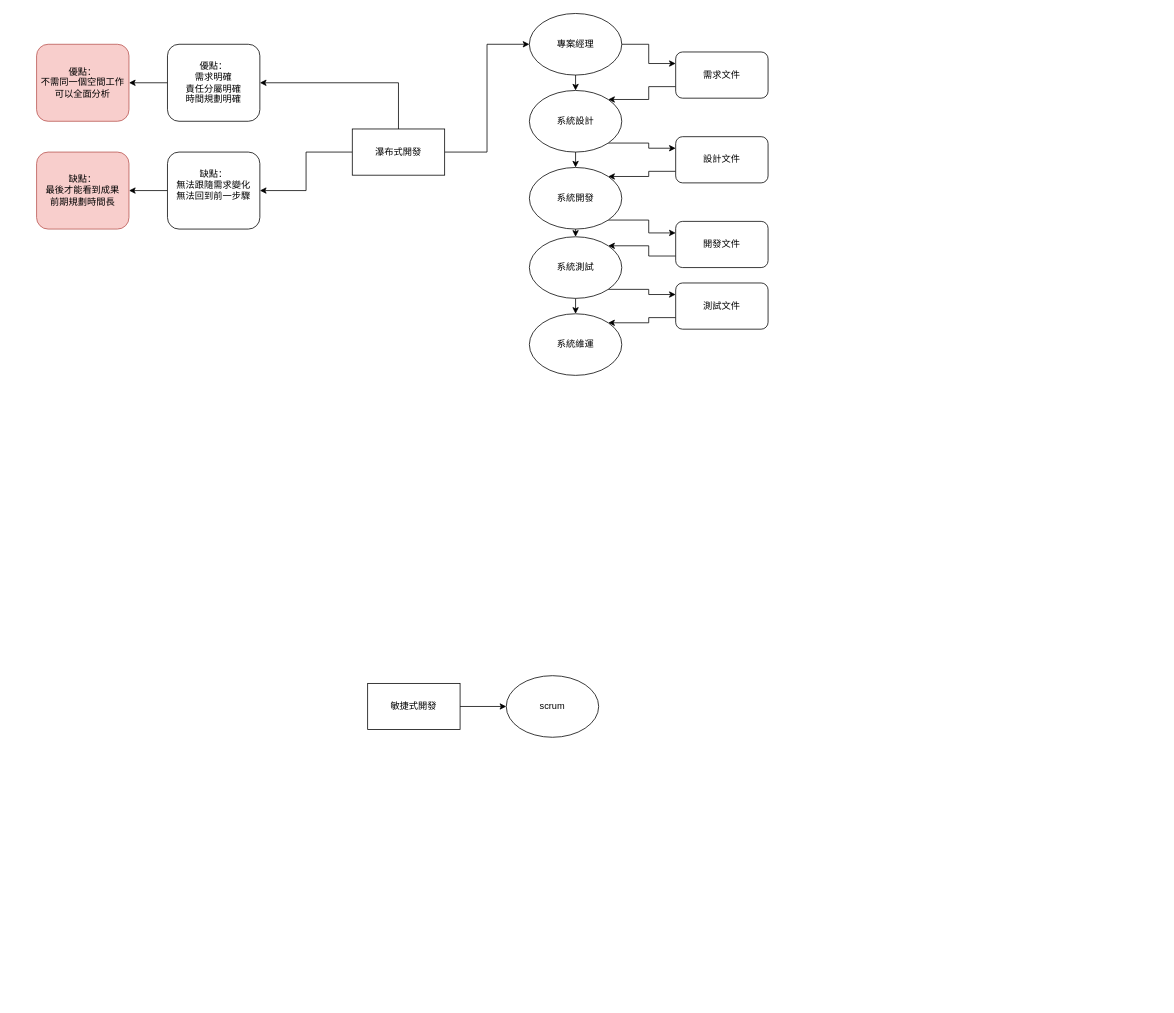
The draw.io diagram scrum.drawio in asd0591804/treeImage, before the edit. Source tidied: cells renumbered, new cells numbered last; positions are measured from the earlier drawing's top-left corner, leaving out a move shared by most shapes. Both pictures are drawn from the tidied source at 77%, with x=0, y=0 at pixel (36, 13).
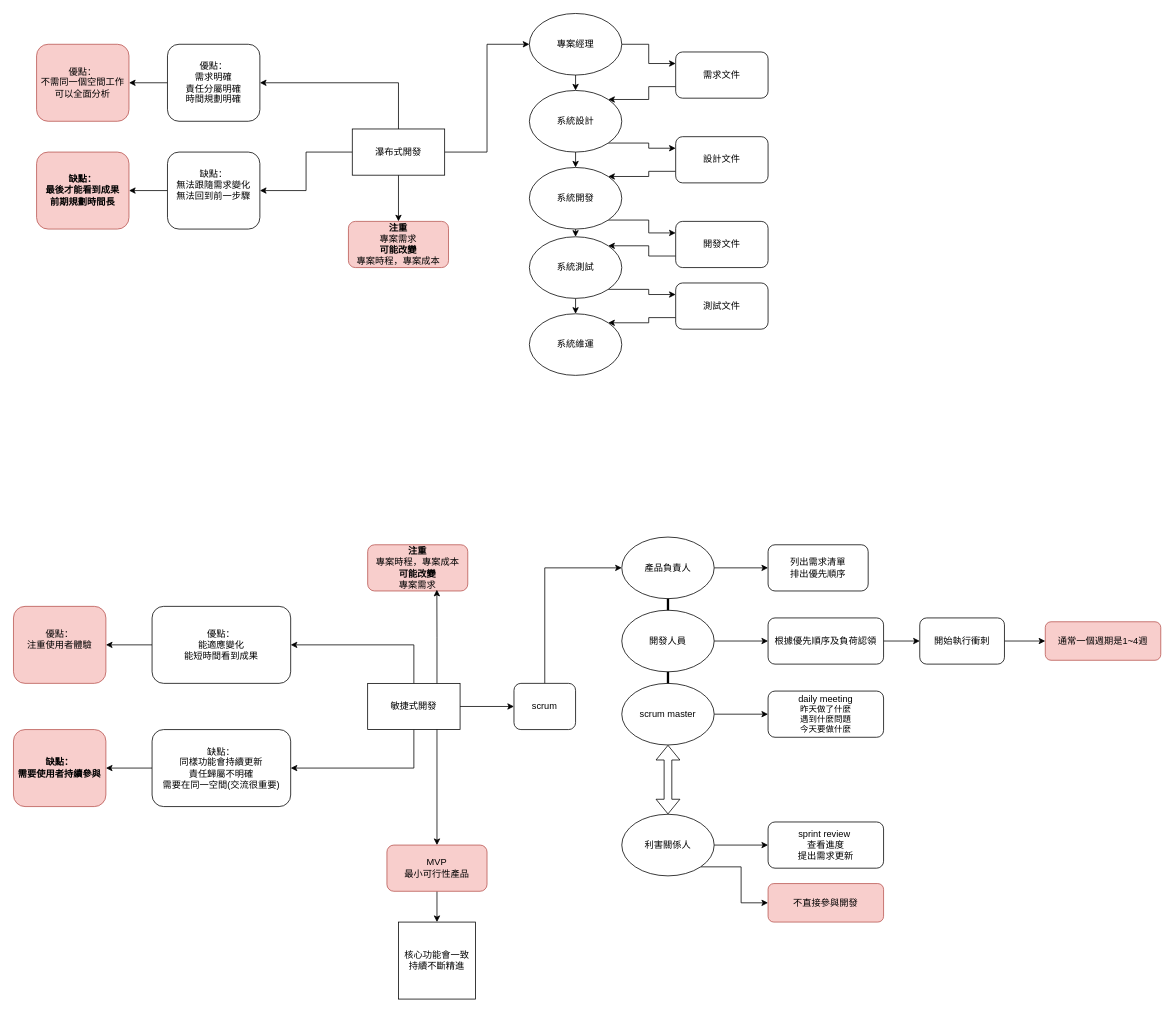
Above is the later version.

Unchanged cells that the change refers to:
```xml
<mxCell id="4" value="敏捷式開發" style="rounded=0;whiteSpace=wrap;html=1;" parent="1" vertex="1">
  <mxGeometry x="430" y="870" width="120" height="60" as="geometry" />
</mxCell>
<mxCell id="8" value="瀑布式開發" style="rounded=0;whiteSpace=wrap;html=1;" parent="1" vertex="1">
  <mxGeometry x="410" y="150" width="120" height="60" as="geometry" />
</mxCell>
```

Change to the diagram source:
```diff
@@
+    <mxCell id="36" style="edgeStyle=orthogonalEdgeStyle;rounded=0;jettySize=auto;html=1;exitX=1;exitY=0.5;exitDx=0;exitDy=0;entryX=0;entryY=0.5;entryDx=0;entryDy=0;" parent="1" edge="1" source="2" target="52">
+      <mxGeometry relative="1" as="geometry" />
+    </mxCell>
-    <mxCell id="2" value="scrum" style="ellipse;whiteSpace=wrap;html=1;" parent="1" vertex="1">
-      <mxGeometry x="610" y="860" width="120" height="80" as="geometry" />
+    <mxCell id="2" value="產品負責人" style="ellipse;whiteSpace=wrap;html=1;" parent="1" vertex="1">
+      <mxGeometry x="760" y="680" width="120" height="80" as="geometry" />
     </mxCell>
-    <mxCell id="3" style="edgeStyle=orthogonalEdgeStyle;rounded=0;jettySize=auto;html=1;exitX=1;exitY=0.5;exitDx=0;exitDy=0;entryX=0;entryY=0.5;entryDx=0;entryDy=0;" parent="1" edge="1" source="4" target="2">
-      <mxGeometry relative="1" as="geometry" />
-    </mxCell>
+    <mxCell id="37" style="edgeStyle=orthogonalEdgeStyle;rounded=0;jettySize=auto;html=1;exitX=1;exitY=0.5;exitDx=0;exitDy=0;entryX=0;entryY=0.5;entryDx=0;entryDy=0;" parent="1" edge="1" source="4" target="42">
+      <mxGeometry relative="1" as="geometry" />
+    </mxCell>
+    <mxCell id="38" style="edgeStyle=orthogonalEdgeStyle;rounded=0;jettySize=auto;html=1;exitX=0.5;exitY=0;exitDx=0;exitDy=0;entryX=1;entryY=0.5;entryDx=0;entryDy=0;" parent="1" edge="1" source="4" target="61">
+      <mxGeometry relative="1" as="geometry" />
+    </mxCell>
+    <mxCell id="39" style="edgeStyle=orthogonalEdgeStyle;rounded=0;jettySize=auto;html=1;exitX=0.5;exitY=1;exitDx=0;exitDy=0;entryX=1;entryY=0.5;entryDx=0;entryDy=0;" parent="1" edge="1" source="4" target="63">
+      <mxGeometry relative="1" as="geometry" />
+    </mxCell>
@@
+    <mxCell id="40" style="edgeStyle=orthogonalEdgeStyle;rounded=0;jettySize=auto;html=1;" parent="1" edge="1" source="8" target="72">
+      <mxGeometry relative="1" as="geometry" />
+    </mxCell>
@@
-    <mxCell id="34" value="缺點：&lt;div&gt;最後才能看到成果&lt;/div&gt;&lt;div&gt;前期規劃時間長&lt;/div&gt;" style="rounded=1;whiteSpace=wrap;html=1;fillColor=#f8cecc;strokeColor=#b85450;" parent="1" vertex="1">
+    <mxCell id="34" value="缺點：&lt;div&gt;最後才能看到成果&lt;/div&gt;&lt;div&gt;前期規劃時間長&lt;/div&gt;" style="rounded=1;whiteSpace=wrap;html=1;fillColor=#f8cecc;strokeColor=#b85450;fontStyle=1;" parent="1" vertex="1">
       <mxGeometry y="180" width="120" height="100" as="geometry" />
     </mxCell>
@@
+    <mxCell id="41" style="edgeStyle=orthogonalEdgeStyle;rounded=0;jettySize=auto;html=1;exitX=0.5;exitY=0;exitDx=0;exitDy=0;entryX=0;entryY=0.5;entryDx=0;entryDy=0;" parent="1" edge="1" source="42" target="2">
+      <mxGeometry relative="1" as="geometry" />
+    </mxCell>
+    <mxCell id="42" value="scrum" style="rounded=1;whiteSpace=wrap;html=1;" parent="1" vertex="1">
+      <mxGeometry x="620" y="870" width="80" height="60" as="geometry" />
+    </mxCell>
+    <mxCell id="43" style="edgeStyle=orthogonalEdgeStyle;rounded=0;jettySize=auto;html=1;exitX=1;exitY=0.5;exitDx=0;exitDy=0;entryX=0;entryY=0.5;entryDx=0;entryDy=0;" parent="1" edge="1" source="44" target="54">
+      <mxGeometry relative="1" as="geometry" />
+    </mxCell>
+    <mxCell id="44" value="開發人員" style="ellipse;whiteSpace=wrap;html=1;" parent="1" vertex="1">
+      <mxGeometry x="760" y="775" width="120" height="80" as="geometry" />
+    </mxCell>
+    <mxCell id="45" style="edgeStyle=orthogonalEdgeStyle;rounded=0;jettySize=auto;html=1;exitX=1;exitY=0.5;exitDx=0;exitDy=0;entryX=0;entryY=0.5;entryDx=0;entryDy=0;" parent="1" edge="1" source="46" target="55">
+      <mxGeometry relative="1" as="geometry" />
+    </mxCell>
+    <mxCell id="46" value="scrum master" style="ellipse;whiteSpace=wrap;html=1;" parent="1" vertex="1">
+      <mxGeometry x="760" y="870" width="120" height="80" as="geometry" />
+    </mxCell>
+    <mxCell id="47" style="edgeStyle=orthogonalEdgeStyle;rounded=0;jettySize=auto;html=1;exitX=1;exitY=0.5;exitDx=0;exitDy=0;entryX=0;entryY=0.5;entryDx=0;entryDy=0;" parent="1" edge="1" source="49" target="57">
+      <mxGeometry relative="1" as="geometry" />
+    </mxCell>
+    <mxCell id="48" style="edgeStyle=orthogonalEdgeStyle;rounded=0;jettySize=auto;html=1;exitX=1;exitY=1;exitDx=0;exitDy=0;entryX=0;entryY=0.5;entryDx=0;entryDy=0;" parent="1" edge="1" source="49" target="58">
+      <mxGeometry relative="1" as="geometry" />
+    </mxCell>
+    <mxCell id="49" value="利害關係人" style="ellipse;whiteSpace=wrap;html=1;" parent="1" vertex="1">
+      <mxGeometry x="760" y="1040" width="120" height="80" as="geometry" />
+    </mxCell>
+    <mxCell id="50" style="endArrow=none;html=1;rounded=0;entryX=0.5;entryY=1;entryDx=0;entryDy=0;exitX=0.5;exitY=0;exitDx=0;exitDy=0;strokeWidth=3;" parent="1" edge="1" source="44" target="2">
+      <mxGeometry relative="1" as="geometry" />
+    </mxCell>
+    <mxCell id="51" style="endArrow=none;html=1;rounded=0;entryX=0.5;entryY=1;entryDx=0;entryDy=0;exitX=0.5;exitY=0;exitDx=0;exitDy=0;strokeWidth=3;" parent="1" edge="1" source="46" target="44">
+      <mxGeometry relative="1" as="geometry" />
+    </mxCell>
+    <mxCell id="52" value="列出需求清單&lt;div&gt;排出優先順序&lt;/div&gt;" style="rounded=1;whiteSpace=wrap;html=1;" parent="1" vertex="1">
+      <mxGeometry x="950" y="690" width="130" height="60" as="geometry" />
+    </mxCell>
+    <mxCell id="53" style="edgeStyle=orthogonalEdgeStyle;rounded=0;jettySize=auto;html=1;exitX=1;exitY=0.5;exitDx=0;exitDy=0;entryX=0;entryY=0.5;entryDx=0;entryDy=0;" parent="1" edge="1" source="54" target="74">
+      <mxGeometry relative="1" as="geometry" />
+    </mxCell>
+    <mxCell id="54" value="根據優先順序及負荷認領" style="rounded=1;whiteSpace=wrap;html=1;" parent="1" vertex="1">
+      <mxGeometry x="950" y="785" width="150" height="60" as="geometry" />
+    </mxCell>
+    <mxCell id="55" value="daily meeting&lt;div style=&quot;font-size: 11px;&quot;&gt;&lt;font style=&quot;font-size: 11px;&quot;&gt;昨天做了什麼&lt;/font&gt;&lt;/div&gt;&lt;div style=&quot;font-size: 11px;&quot;&gt;&lt;font style=&quot;font-size: 11px;&quot;&gt;遇到什麼問題&lt;/font&gt;&lt;/div&gt;&lt;div style=&quot;font-size: 11px;&quot;&gt;&lt;font style=&quot;font-size: 11px;&quot;&gt;今天要做什麼&lt;/font&gt;&lt;/div&gt;" style="rounded=1;whiteSpace=wrap;html=1;" parent="1" vertex="1">
+      <mxGeometry x="950" y="880" width="150" height="60" as="geometry" />
+    </mxCell>
+    <mxCell id="56" style="shape=flexArrow;endArrow=classic;startArrow=classic;html=1;rounded=0;exitX=0.5;exitY=0;exitDx=0;exitDy=0;entryX=0.5;entryY=1;entryDx=0;entryDy=0;" parent="1" edge="1" source="49" target="46">
+      <mxGeometry relative="1" as="geometry" />
+    </mxCell>
+    <mxCell id="57" value="sprint review&amp;nbsp;&lt;div&gt;查看進度&lt;/div&gt;&lt;div&gt;提出需求更新&lt;/div&gt;" style="rounded=1;whiteSpace=wrap;html=1;" parent="1" vertex="1">
+      <mxGeometry x="950" y="1050" width="150" height="60" as="geometry" />
+    </mxCell>
+    <mxCell id="58" value="不直接參與開發" style="rounded=1;whiteSpace=wrap;html=1;fillColor=#f8cecc;strokeColor=#b85450;" parent="1" vertex="1">
+      <mxGeometry x="950" y="1130" width="150" height="50" as="geometry" />
+    </mxCell>
+    <mxCell id="59" value="通常一個週期是1~4週" style="rounded=1;whiteSpace=wrap;html=1;fillColor=#f8cecc;strokeColor=#b85450;" parent="1" vertex="1">
+      <mxGeometry x="1310" y="790" width="150" height="50" as="geometry" />
+    </mxCell>
+    <mxCell id="60" style="edgeStyle=orthogonalEdgeStyle;rounded=0;jettySize=auto;html=1;exitX=0;exitY=0.5;exitDx=0;exitDy=0;entryX=1;entryY=0.5;entryDx=0;entryDy=0;" parent="1" edge="1" source="61" target="64">
+      <mxGeometry relative="1" as="geometry" />
+    </mxCell>
+    <mxCell id="61" value="優點：&lt;br&gt;&lt;div&gt;能適應變化&lt;/div&gt;&lt;div&gt;能短時間看到成果&lt;/div&gt;" style="rounded=1;whiteSpace=wrap;html=1;" parent="1" vertex="1">
+      <mxGeometry x="150" y="770" width="180" height="100" as="geometry" />
+    </mxCell>
+    <mxCell id="62" style="edgeStyle=orthogonalEdgeStyle;rounded=0;jettySize=auto;html=1;exitX=0;exitY=0.5;exitDx=0;exitDy=0;entryX=1;entryY=0.5;entryDx=0;entryDy=0;" parent="1" edge="1" source="63" target="65">
+      <mxGeometry relative="1" as="geometry" />
+    </mxCell>
+    <mxCell id="63" value="缺點：&lt;div&gt;同樣功能會持續更新&lt;/div&gt;&lt;div&gt;責任歸屬不明確&lt;/div&gt;&lt;div&gt;需要在同一空間(交流很重要)&lt;/div&gt;" style="rounded=1;whiteSpace=wrap;html=1;" parent="1" vertex="1">
+      <mxGeometry x="150" y="930" width="180" height="100" as="geometry" />
+    </mxCell>
+    <mxCell id="64" value="優點：&lt;div&gt;注重使用者體驗&lt;br&gt;&lt;div&gt;&lt;br&gt;&lt;/div&gt;&lt;/div&gt;" style="rounded=1;whiteSpace=wrap;html=1;fillColor=#f8cecc;strokeColor=#b85450;" parent="1" vertex="1">
+      <mxGeometry x="-30" y="770" width="120" height="100" as="geometry" />
+    </mxCell>
+    <mxCell id="65" value="缺點：&lt;div&gt;需要使用者持續參與&lt;/div&gt;" style="rounded=1;whiteSpace=wrap;html=1;fillColor=#f8cecc;strokeColor=#b85450;fontStyle=1;" parent="1" vertex="1">
+      <mxGeometry x="-30" y="930" width="120" height="100" as="geometry" />
+    </mxCell>
+    <mxCell id="66" style="edgeStyle=orthogonalEdgeStyle;rounded=0;jettySize=auto;html=1;" parent="1" edge="1" source="67" target="68">
+      <mxGeometry relative="1" as="geometry" />
+    </mxCell>
+    <mxCell id="67" value="MVP&lt;br&gt;&lt;div&gt;最小可行性產品&lt;/div&gt;" style="rounded=1;whiteSpace=wrap;html=1;fillColor=#f8cecc;strokeColor=#b85450;" parent="1" vertex="1">
+      <mxGeometry x="455" y="1080" width="130" height="60" as="geometry" />
+    </mxCell>
+    <mxCell id="68" value="核心功能會一致&lt;div&gt;持續不斷精進&lt;/div&gt;" style="whiteSpace=wrap;html=1;" parent="1" vertex="1">
+      <mxGeometry x="470" y="1180" width="100" height="100" as="geometry" />
+    </mxCell>
+    <mxCell id="69" value="&lt;b&gt;注重&lt;/b&gt;&lt;div&gt;專案時程，專案成本&lt;/div&gt;&lt;div&gt;&lt;b&gt;可能改變&lt;/b&gt;&lt;/div&gt;&lt;div&gt;專案需求&lt;/div&gt;" style="rounded=1;whiteSpace=wrap;html=1;fillColor=#f8cecc;strokeColor=#b85450;" parent="1" vertex="1">
+      <mxGeometry x="430" y="690" width="130" height="60" as="geometry" />
+    </mxCell>
+    <mxCell id="70" style="edgeStyle=orthogonalEdgeStyle;rounded=0;jettySize=auto;html=1;exitX=0.75;exitY=0;exitDx=0;exitDy=0;entryX=0.691;entryY=0.973;entryDx=0;entryDy=0;entryPerimeter=0;" parent="1" edge="1" source="4" target="69">
+      <mxGeometry relative="1" as="geometry" />
+    </mxCell>
+    <mxCell id="71" style="edgeStyle=orthogonalEdgeStyle;rounded=0;jettySize=auto;html=1;exitX=0.75;exitY=1;exitDx=0;exitDy=0;" parent="1" edge="1" source="4" target="67">
+      <mxGeometry relative="1" as="geometry" />
+    </mxCell>
+    <mxCell id="72" value="&lt;b&gt;注重&lt;/b&gt;&lt;div&gt;專案需求&lt;br&gt;&lt;/div&gt;&lt;div&gt;&lt;b&gt;可能改變&lt;/b&gt;&lt;/div&gt;&lt;div&gt;專案時程，專案成本&lt;/div&gt;" style="rounded=1;whiteSpace=wrap;html=1;fillColor=#f8cecc;strokeColor=#b85450;" parent="1" vertex="1">
+      <mxGeometry x="405" y="270" width="130" height="60" as="geometry" />
+    </mxCell>
+    <mxCell id="73" style="edgeStyle=orthogonalEdgeStyle;rounded=0;jettySize=auto;html=1;" parent="1" edge="1" source="74" target="59">
+      <mxGeometry relative="1" as="geometry" />
+    </mxCell>
+    <mxCell id="74" value="開始執行衝刺" style="rounded=1;whiteSpace=wrap;html=1;" parent="1" vertex="1">
+      <mxGeometry x="1147" y="785" width="110" height="60" as="geometry" />
+    </mxCell>
```
